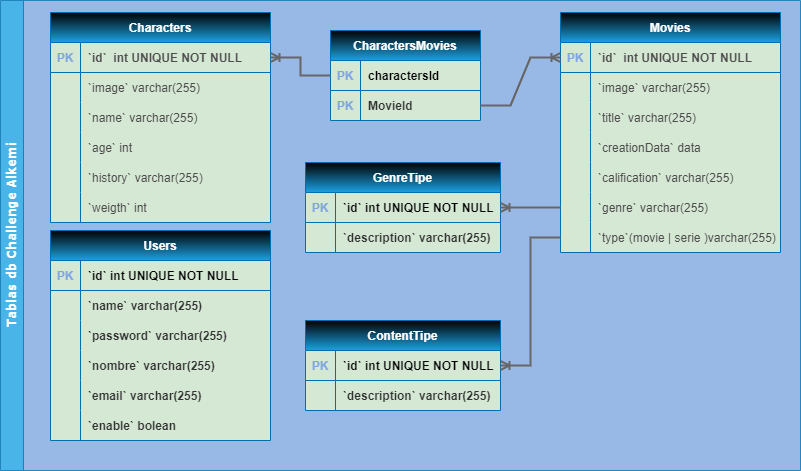
Above: db.png in alekusa/Alkemy_Challenge_NodeJs (draw.io), before the change. Source tidied: cells renumbered, new cells last; positions are measured from the earlier drawing's top-left corner, leaving out a move shared by most shapes.
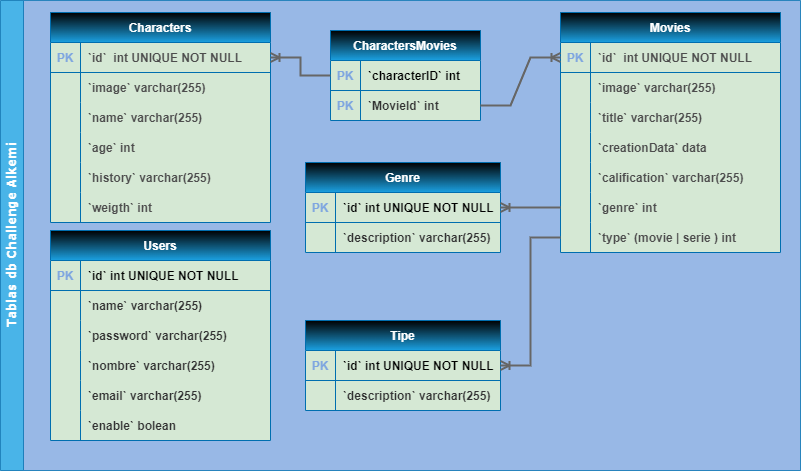
After the commit.

Diff of the diagram source:
```diff
@@ -14,7 +14,7 @@
     <mxCell id="5" value="PK" style="shape=partialRectangle;overflow=hidden;fillColor=none;strokeColor=inherit;top=0;left=0;bottom=0;right=0;fontStyle=1;fontColor=#7EA6E0;" parent="4" vertex="1">
       <mxGeometry width="30" height="30" as="geometry" />
     </mxCell>
-    <mxCell id="6" value="charactersId" style="shape=partialRectangle;overflow=hidden;fillColor=none;align=left;strokeColor=inherit;top=0;left=0;bottom=0;right=0;spacingLeft=6;fontStyle=1;fontColor=#000000;" parent="4" vertex="1">
+    <mxCell id="6" value="`characterID` int" style="shape=partialRectangle;overflow=hidden;fillColor=none;align=left;strokeColor=inherit;top=0;left=0;bottom=0;right=0;spacingLeft=6;fontStyle=1;fontColor=#000000;" parent="4" vertex="1">
       <mxGeometry x="30" width="120" height="30" as="geometry" />
     </mxCell>
     <mxCell id="7" style="shape=tableRow;horizontal=0;startSize=0;swimlaneHead=0;swimlaneBody=0;fillColor=none;points=[[0,0.5],[1,0.5]];portConstraint=eastwest;strokeColor=inherit;top=0;left=0;right=0;bottom=0;fontColor=#666666;" parent="3" vertex="1">
@@ -23,7 +23,7 @@
     <mxCell id="8" value="PK" style="shape=partialRectangle;overflow=hidden;fillColor=none;strokeColor=inherit;top=0;left=0;bottom=0;right=0;fontColor=#7EA6E0;fontStyle=1;" parent="7" vertex="1">
       <mxGeometry width="30" height="30" as="geometry" />
     </mxCell>
-    <mxCell id="9" value="MovieId" style="shape=partialRectangle;overflow=hidden;fillColor=none;align=left;strokeColor=inherit;top=0;left=0;bottom=0;right=0;spacingLeft=6;fontColor=#333333;fontStyle=1;" parent="7" vertex="1">
+    <mxCell id="9" value="`MovieId` int" style="shape=partialRectangle;overflow=hidden;fillColor=none;align=left;strokeColor=inherit;top=0;left=0;bottom=0;right=0;spacingLeft=6;fontColor=#333333;fontStyle=1;" parent="7" vertex="1">
       <mxGeometry x="30" width="120" height="30" as="geometry" />
     </mxCell>
     <mxCell id="10" value="Characters" style="shape=table;startSize=30;rowLines=0;fontStyle=1;align=center;swimlaneFillColor=#D5E8D4;fillColor=#1ba1e2;fontColor=#ffffff;gradientDirection=north;strokeColor=#006EAF;gradientColor=default;" parent="2" vertex="1">
@@ -44,7 +44,7 @@
     <mxCell id="15" style="shape=partialRectangle;overflow=hidden;fillColor=none;strokeColor=inherit;top=0;left=0;bottom=0;right=0;" parent="14" vertex="1">
       <mxGeometry width="30" height="30" as="geometry" />
     </mxCell>
-    <mxCell id="16" value="`image` varchar(255)" style="shape=partialRectangle;overflow=hidden;fillColor=none;align=left;strokeColor=inherit;top=0;left=0;bottom=0;right=0;spacingLeft=6;fontColor=#4D4D4D;" parent="14" vertex="1">
+    <mxCell id="16" value="`image` varchar(255)" style="shape=partialRectangle;overflow=hidden;fillColor=none;align=left;strokeColor=inherit;top=0;left=0;bottom=0;right=0;spacingLeft=6;fontColor=#4D4D4D;fontStyle=1;" parent="14" vertex="1">
       <mxGeometry x="30" width="190" height="30" as="geometry" />
     </mxCell>
     <mxCell id="17" style="shape=tableRow;horizontal=0;startSize=0;swimlaneHead=0;swimlaneBody=0;fillColor=none;strokeColor=inherit;top=0;left=0;right=0;bottom=0;" parent="10" vertex="1">
@@ -53,7 +53,7 @@
     <mxCell id="18" style="shape=partialRectangle;overflow=hidden;fillColor=none;strokeColor=inherit;top=0;left=0;bottom=0;right=0;" parent="17" vertex="1">
       <mxGeometry width="30" height="30" as="geometry" />
     </mxCell>
-    <mxCell id="19" value="`name` varchar(255)" style="shape=partialRectangle;overflow=hidden;fillColor=none;align=left;strokeColor=inherit;top=0;left=0;bottom=0;right=0;spacingLeft=6;fontColor=#4D4D4D;" parent="17" vertex="1">
+    <mxCell id="19" value="`name` varchar(255)" style="shape=partialRectangle;overflow=hidden;fillColor=none;align=left;strokeColor=inherit;top=0;left=0;bottom=0;right=0;spacingLeft=6;fontColor=#4D4D4D;fontStyle=1;" parent="17" vertex="1">
       <mxGeometry x="30" width="190" height="30" as="geometry" />
     </mxCell>
     <mxCell id="20" style="shape=tableRow;horizontal=0;startSize=0;swimlaneHead=0;swimlaneBody=0;fillColor=none;strokeColor=inherit;top=0;left=0;right=0;bottom=0;" parent="10" vertex="1">
@@ -62,7 +62,7 @@
     <mxCell id="21" style="shape=partialRectangle;overflow=hidden;fillColor=none;strokeColor=inherit;top=0;left=0;bottom=0;right=0;" parent="20" vertex="1">
       <mxGeometry width="30" height="30" as="geometry" />
     </mxCell>
-    <mxCell id="22" value="`age` int" style="shape=partialRectangle;overflow=hidden;fillColor=none;align=left;strokeColor=inherit;top=0;left=0;bottom=0;right=0;spacingLeft=6;fontColor=#4D4D4D;" parent="20" vertex="1">
+    <mxCell id="22" value="`age` int " style="shape=partialRectangle;overflow=hidden;fillColor=none;align=left;strokeColor=inherit;top=0;left=0;bottom=0;right=0;spacingLeft=6;fontColor=#4D4D4D;fontStyle=1;" parent="20" vertex="1">
       <mxGeometry x="30" width="190" height="30" as="geometry" />
     </mxCell>
     <mxCell id="23" style="shape=tableRow;horizontal=0;startSize=0;swimlaneHead=0;swimlaneBody=0;fillColor=none;strokeColor=inherit;top=0;left=0;right=0;bottom=0;" parent="10" vertex="1">
@@ -71,7 +71,7 @@
     <mxCell id="24" style="shape=partialRectangle;overflow=hidden;fillColor=none;strokeColor=inherit;top=0;left=0;bottom=0;right=0;" parent="23" vertex="1">
       <mxGeometry width="30" height="30" as="geometry" />
     </mxCell>
-    <mxCell id="25" value="`history` varchar(255)" style="shape=partialRectangle;overflow=hidden;fillColor=none;align=left;strokeColor=inherit;top=0;left=0;bottom=0;right=0;spacingLeft=6;fontColor=#4D4D4D;" parent="23" vertex="1">
+    <mxCell id="25" value="`history` varchar(255)" style="shape=partialRectangle;overflow=hidden;fillColor=none;align=left;strokeColor=inherit;top=0;left=0;bottom=0;right=0;spacingLeft=6;fontColor=#4D4D4D;fontStyle=1;" parent="23" vertex="1">
       <mxGeometry x="30" width="190" height="30" as="geometry" />
     </mxCell>
     <mxCell id="26" style="shape=tableRow;horizontal=0;startSize=0;swimlaneHead=0;swimlaneBody=0;fillColor=none;strokeColor=#000000;top=0;left=0;right=0;bottom=0;perimeterSpacing=1;swimlaneFillColor=default;" parent="10" vertex="1">
@@ -80,7 +80,7 @@
     <mxCell id="27" style="shape=partialRectangle;overflow=hidden;fillColor=none;strokeColor=inherit;top=0;left=0;bottom=0;right=0;" parent="26" vertex="1">
       <mxGeometry width="30" height="30" as="geometry" />
     </mxCell>
-    <mxCell id="28" value="`weigth` int" style="shape=partialRectangle;overflow=hidden;fillColor=none;align=left;strokeColor=#7EA6E0;top=0;left=0;bottom=0;right=0;spacingLeft=6;fontColor=#4D4D4D;" parent="26" vertex="1">
+    <mxCell id="28" value="`weigth` int" style="shape=partialRectangle;overflow=hidden;fillColor=none;align=left;strokeColor=#7EA6E0;top=0;left=0;bottom=0;right=0;spacingLeft=6;fontColor=#4D4D4D;fontStyle=1;" parent="26" vertex="1">
       <mxGeometry x="30" width="190" height="30" as="geometry" />
     </mxCell>
     <mxCell id="29" style="shape=tableRow;horizontal=0;startSize=0;swimlaneHead=0;swimlaneBody=0;fillColor=none;strokeColor=inherit;top=0;left=0;right=0;bottom=0;" parent="2" vertex="1">
@@ -110,7 +110,7 @@
     <mxCell id="37" style="shape=partialRectangle;overflow=hidden;fillColor=none;strokeColor=inherit;top=0;left=0;bottom=0;right=0;" parent="36" vertex="1">
       <mxGeometry width="30" height="30" as="geometry" />
     </mxCell>
-    <mxCell id="38" value="`image` varchar(255)" style="shape=partialRectangle;overflow=hidden;fillColor=none;align=left;strokeColor=inherit;top=0;left=0;bottom=0;right=0;spacingLeft=6;fontColor=#4D4D4D;" parent="36" vertex="1">
+    <mxCell id="38" value="`image` varchar(255)" style="shape=partialRectangle;overflow=hidden;fillColor=none;align=left;strokeColor=inherit;top=0;left=0;bottom=0;right=0;spacingLeft=6;fontColor=#4D4D4D;fontStyle=1;" parent="36" vertex="1">
       <mxGeometry x="30" width="190" height="30" as="geometry" />
     </mxCell>
     <mxCell id="39" style="shape=tableRow;horizontal=0;startSize=0;swimlaneHead=0;swimlaneBody=0;fillColor=none;strokeColor=inherit;top=0;left=0;right=0;bottom=0;" parent="32" vertex="1">
@@ -119,7 +119,7 @@
     <mxCell id="40" style="shape=partialRectangle;overflow=hidden;fillColor=none;strokeColor=inherit;top=0;left=0;bottom=0;right=0;" parent="39" vertex="1">
       <mxGeometry width="30" height="30" as="geometry" />
     </mxCell>
-    <mxCell id="41" value="`title` varchar(255)" style="shape=partialRectangle;overflow=hidden;fillColor=none;align=left;strokeColor=inherit;top=0;left=0;bottom=0;right=0;spacingLeft=6;fontColor=#4D4D4D;" parent="39" vertex="1">
+    <mxCell id="41" value="`title` varchar(255)" style="shape=partialRectangle;overflow=hidden;fillColor=none;align=left;strokeColor=inherit;top=0;left=0;bottom=0;right=0;spacingLeft=6;fontColor=#4D4D4D;fontStyle=1;" parent="39" vertex="1">
       <mxGeometry x="30" width="190" height="30" as="geometry" />
     </mxCell>
     <mxCell id="42" style="shape=tableRow;horizontal=0;startSize=0;swimlaneHead=0;swimlaneBody=0;fillColor=none;strokeColor=inherit;top=0;left=0;right=0;bottom=0;" parent="32" vertex="1">
@@ -128,7 +128,7 @@
     <mxCell id="43" style="shape=partialRectangle;overflow=hidden;fillColor=none;strokeColor=inherit;top=0;left=0;bottom=0;right=0;" parent="42" vertex="1">
       <mxGeometry width="30" height="30" as="geometry" />
     </mxCell>
-    <mxCell id="44" value="`creationData` data" style="shape=partialRectangle;overflow=hidden;fillColor=none;align=left;strokeColor=inherit;top=0;left=0;bottom=0;right=0;spacingLeft=6;fontColor=#4D4D4D;" parent="42" vertex="1">
+    <mxCell id="44" value="`creationData` data" style="shape=partialRectangle;overflow=hidden;fillColor=none;align=left;strokeColor=inherit;top=0;left=0;bottom=0;right=0;spacingLeft=6;fontColor=#4D4D4D;fontStyle=1;" parent="42" vertex="1">
       <mxGeometry x="30" width="190" height="30" as="geometry" />
     </mxCell>
     <mxCell id="45" style="shape=tableRow;horizontal=0;startSize=0;swimlaneHead=0;swimlaneBody=0;fillColor=none;strokeColor=inherit;top=0;left=0;right=0;bottom=0;" parent="32" vertex="1">
@@ -137,7 +137,7 @@
     <mxCell id="46" style="shape=partialRectangle;overflow=hidden;fillColor=none;strokeColor=inherit;top=0;left=0;bottom=0;right=0;" parent="45" vertex="1">
       <mxGeometry width="30" height="30" as="geometry" />
     </mxCell>
-    <mxCell id="47" value="`calification` varchar(255)" style="shape=partialRectangle;overflow=hidden;fillColor=none;align=left;strokeColor=inherit;top=0;left=0;bottom=0;right=0;spacingLeft=6;fontColor=#4D4D4D;" parent="45" vertex="1">
+    <mxCell id="47" value="`calification` varchar(255)" style="shape=partialRectangle;overflow=hidden;fillColor=none;align=left;strokeColor=inherit;top=0;left=0;bottom=0;right=0;spacingLeft=6;fontColor=#4D4D4D;fontStyle=1;" parent="45" vertex="1">
       <mxGeometry x="30" width="190" height="30" as="geometry" />
     </mxCell>
     <mxCell id="48" style="shape=tableRow;horizontal=0;startSize=0;swimlaneHead=0;swimlaneBody=0;fillColor=none;points=[[0,0.5],[1,0.5]];portConstraint=eastwest;strokeColor=inherit;top=0;left=0;right=0;bottom=0;" parent="32" vertex="1">
@@ -146,7 +146,7 @@
     <mxCell id="49" style="shape=partialRectangle;overflow=hidden;fillColor=none;strokeColor=inherit;top=0;left=0;bottom=0;right=0;" parent="48" vertex="1">
       <mxGeometry width="30" height="30" as="geometry" />
     </mxCell>
-    <mxCell id="50" value="`genre` varchar(255)" style="shape=partialRectangle;overflow=hidden;fillColor=none;align=left;strokeColor=inherit;top=0;left=0;bottom=0;right=0;spacingLeft=6;fontColor=#4D4D4D;" parent="48" vertex="1">
+    <mxCell id="50" value="`genre` int" style="shape=partialRectangle;overflow=hidden;fillColor=none;align=left;strokeColor=inherit;top=0;left=0;bottom=0;right=0;spacingLeft=6;fontColor=#4D4D4D;fontStyle=1;" parent="48" vertex="1">
       <mxGeometry x="30" width="190" height="30" as="geometry" />
     </mxCell>
     <mxCell id="51" style="shape=tableRow;horizontal=0;startSize=0;swimlaneHead=0;swimlaneBody=0;fillColor=none;points=[[0,0.5],[1,0.5]];portConstraint=eastwest;strokeColor=inherit;top=0;left=0;right=0;bottom=0;" parent="32" vertex="1">
@@ -155,7 +155,7 @@
     <mxCell id="52" style="shape=partialRectangle;overflow=hidden;fillColor=none;strokeColor=inherit;top=0;left=0;bottom=0;right=0;" parent="51" vertex="1">
       <mxGeometry width="30" height="30" as="geometry" />
     </mxCell>
-    <mxCell id="53" value="`type`(movie | serie )varchar(255)" style="shape=partialRectangle;overflow=hidden;fillColor=none;align=left;strokeColor=inherit;top=0;left=0;bottom=0;right=0;spacingLeft=6;fontColor=#4D4D4D;" parent="51" vertex="1">
+    <mxCell id="53" value="`type` (movie | serie ) int" style="shape=partialRectangle;overflow=hidden;fillColor=none;align=left;strokeColor=inherit;top=0;left=0;bottom=0;right=0;spacingLeft=6;fontColor=#4D4D4D;fontStyle=1;" parent="51" vertex="1">
       <mxGeometry x="30" width="190" height="30" as="geometry" />
     </mxCell>
     <mxCell id="54" style="edgeStyle=entityRelationEdgeStyle;fontSize=12;html=1;endArrow=ERoneToMany;rounded=0;labelBackgroundColor=none;strokeColor=#666666;strokeWidth=2;fontColor=#000000;entryX=0;entryY=0.5;entryDx=0;entryDy=0;exitX=1;exitY=0.5;exitDx=0;exitDy=0;" parent="2" edge="1" source="7" target="33">
@@ -218,7 +218,7 @@
     <mxCell id="73" value="`enable` bolean" style="shape=partialRectangle;overflow=hidden;fillColor=none;align=left;strokeColor=inherit;top=0;left=0;bottom=0;right=0;spacingLeft=6;fontColor=#333333;fontStyle=1;" parent="71" vertex="1">
       <mxGeometry x="30" width="190" height="30" as="geometry" />
     </mxCell>
-    <mxCell id="74" value="GenreTipe" style="shape=table;startSize=30;rowLines=0;fontStyle=1;align=center;gradientDirection=north;swimlaneFillColor=#D5E8D4;fontColor=#ffffff;fillColor=#1ba1e2;strokeColor=#006EAF;gradientColor=default;" parent="2" vertex="1">
+    <mxCell id="74" value="Genre" style="shape=table;startSize=30;rowLines=0;fontStyle=1;align=center;gradientDirection=north;swimlaneFillColor=#D5E8D4;fontColor=#ffffff;fillColor=#1ba1e2;strokeColor=#006EAF;gradientColor=default;" parent="2" vertex="1">
       <mxGeometry x="305" y="162" width="195" height="90" as="geometry" />
     </mxCell>
     <mxCell id="75" style="shape=tableRow;horizontal=0;startSize=0;swimlaneHead=0;swimlaneBody=0;fillColor=none;points=[[0,0.5],[1,0.5]];portConstraint=eastwest;strokeColor=inherit;top=0;left=0;right=0;bottom=1;fontColor=#666666;" parent="74" vertex="1">
@@ -239,7 +239,7 @@
     <mxCell id="80" value="`description` varchar(255)" style="shape=partialRectangle;overflow=hidden;fillColor=none;align=left;strokeColor=inherit;top=0;left=0;bottom=0;right=0;spacingLeft=6;fontColor=#333333;fontStyle=1;" parent="78" vertex="1">
       <mxGeometry x="30" width="165" height="30" as="geometry" />
     </mxCell>
-    <mxCell id="81" value="ContentTipe" style="shape=table;startSize=30;rowLines=0;fontStyle=1;align=center;gradientDirection=north;swimlaneFillColor=#D5E8D4;fontColor=#ffffff;fillColor=#1ba1e2;strokeColor=#006EAF;gradientColor=default;" parent="2" vertex="1">
+    <mxCell id="81" value="Tipe" style="shape=table;startSize=30;rowLines=0;fontStyle=1;align=center;gradientDirection=north;swimlaneFillColor=#D5E8D4;fontColor=#ffffff;fillColor=#1ba1e2;strokeColor=#006EAF;gradientColor=default;" parent="2" vertex="1">
       <mxGeometry x="305" y="320" width="195" height="90" as="geometry" />
     </mxCell>
     <mxCell id="82" style="shape=tableRow;horizontal=0;startSize=0;swimlaneHead=0;swimlaneBody=0;fillColor=none;points=[[0,0.5],[1,0.5]];portConstraint=eastwest;strokeColor=inherit;top=0;left=0;right=0;bottom=1;fontColor=#666666;" parent="81" vertex="1">
```
